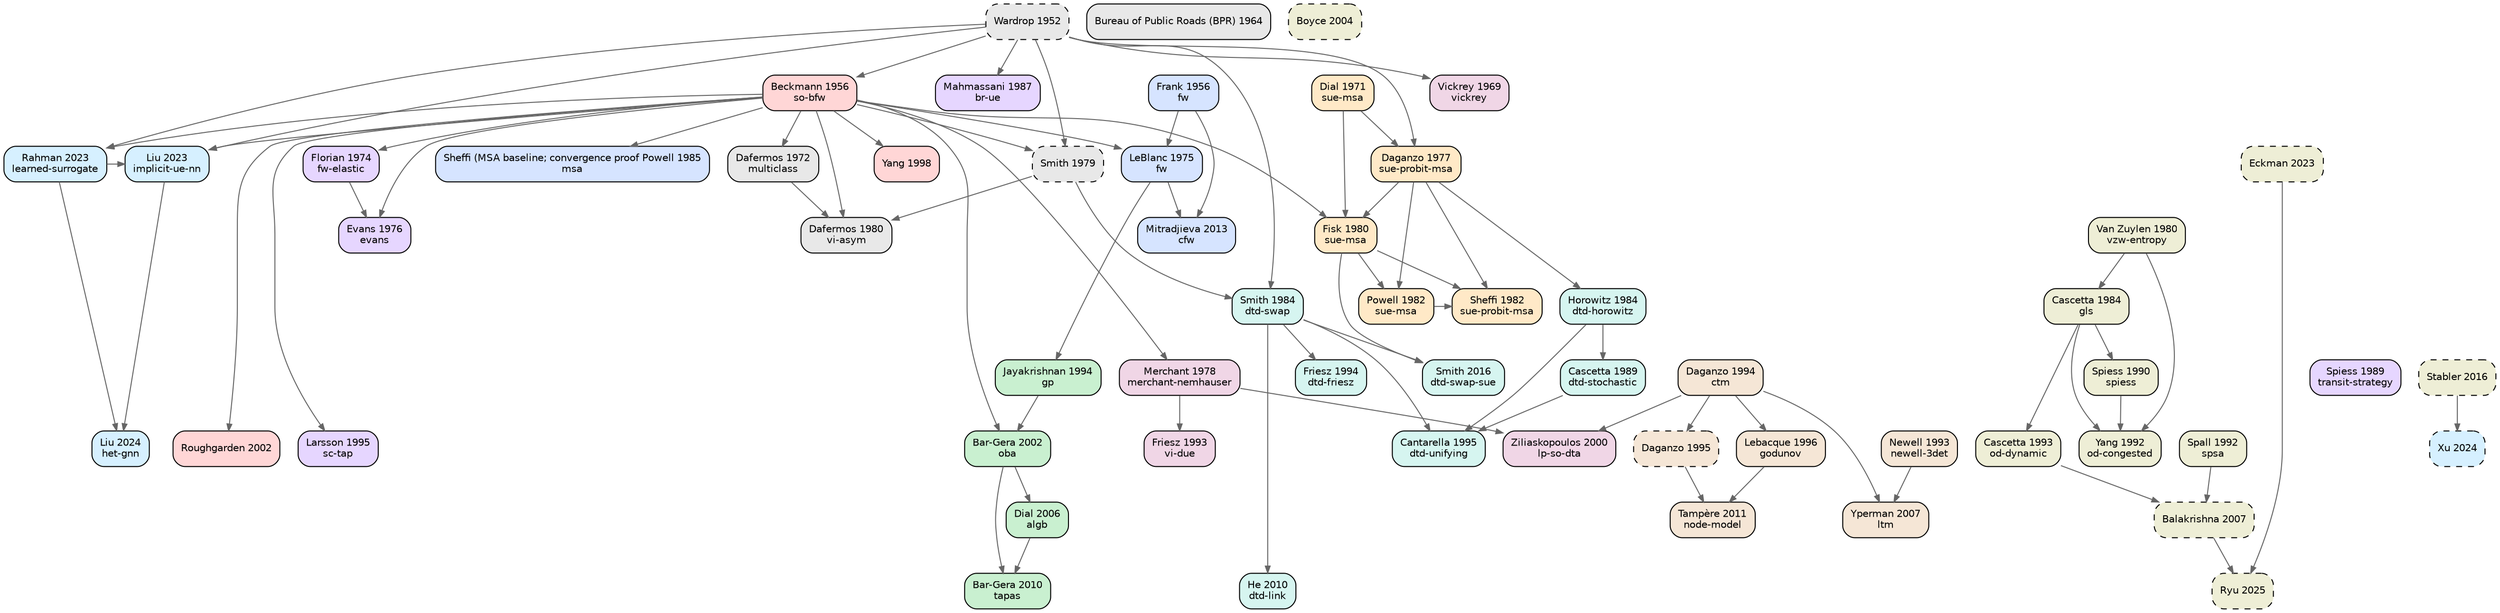
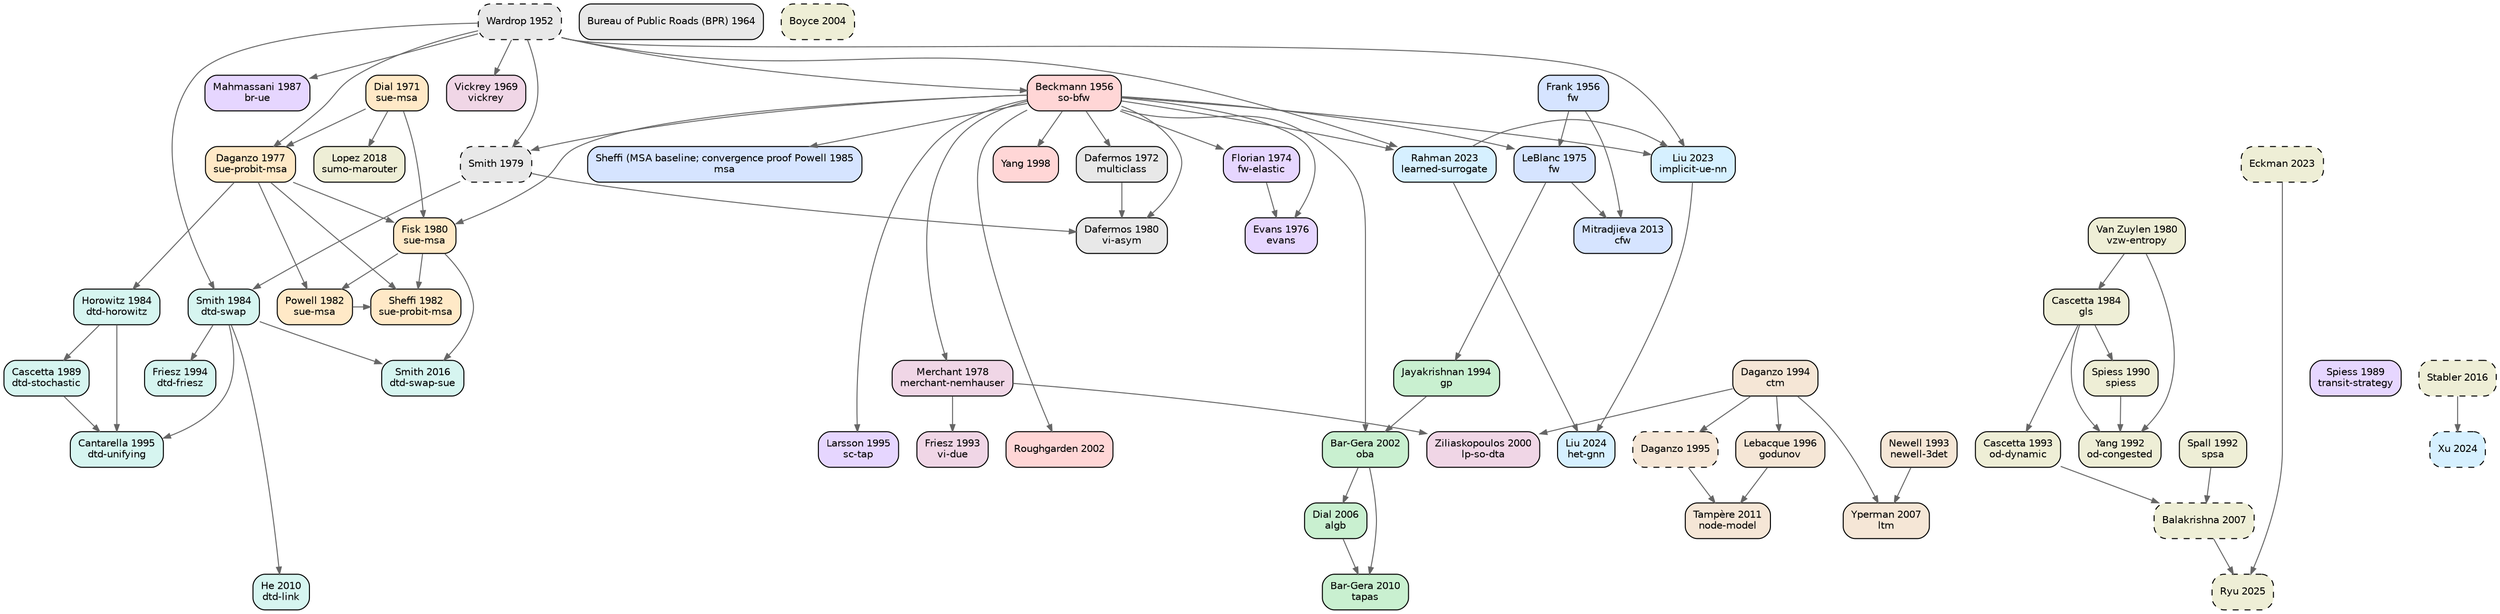
digraph TA_evolution {
  rankdir=TB; node [shape=box,style="rounded,filled",fontname="Helvetica",fontsize=10];
  edge [color="#666666",arrowsize=0.7];
  { rank=same; "wardrop1952some" }
  { rank=same; "frank1956algorithm" "beckmann1956studies" }
  { rank=same; "bpr1964traffic" }
  { rank=same; "vickrey1969congestion" }
  { rank=same; "dial1971probabilistic" }
  { rank=same; "dafermos1972traffic" }
  { rank=same; "florian1974method" }
  { rank=same; "leblanc1975efficient" }
  { rank=same; "evans1976derivation" }
  { rank=same; "daganzo1977stochastic" }
  { rank=same; "merchant1978model" }
  { rank=same; "smith1979existence" }
  { rank=same; "dafermos1980traffic" "fisk1980some" "vanzuylen1980most" }
  { rank=same; "powell1982convergence" "sheffi1982algorithm" }
  { rank=same; "horowitz1984stability" "smith1984stability" "cascetta1984estimation" }
  { rank=same; "sheffi1985urban" }
  { rank=same; "mahmassani1987on" }
  { rank=same; "spiess1989optimal" "cascetta1989stochastic" }
  { rank=same; "spiess1990gradient" }
  { rank=same; "spall1992multivariate" "yang1992estimation" }
  { rank=same; "newell1993simplified" "friesz1993variational" "cascetta1993dynamic" }
  { rank=same; "jayakrishnan1994faster" "friesz1994daytoday" "daganzo1994cell" }
  { rank=same; "larsson1995augmented" "cantarella1995dynamic" "daganzo1995cell" }
  { rank=same; "lebacque1996godunov" }
  { rank=same; "yang1998principle" }
  { rank=same; "ziliaskopoulos2000linear" }
  { rank=same; "bargera2002origin" "roughgarden2002how" }
  { rank=same; "boyce2004convergence" }
  { rank=same; "dial2006path" }
  { rank=same; "yperman2007link" "balakrishna2007offline" }
  { rank=same; "bargera2010traffic" "he2010linkbased" }
  { rank=same; "tampere2011generic" }
  { rank=same; "mitradjieva2013stiff" }
  { rank=same; "smith2016routeswapping" "stabler2016transportation" }
+   { rank=same; "lopez2018microscopic" }
  { rank=same; "liu2023end" "rahman2023data" "eckman2023simopt" }
  { rank=same; "liu2024end" "xu2024unified" }
  { rank=same; "ryu2025bo4mob" }
  "wardrop1952some" [label="Wardrop 1952\n",fillcolor="#e8e8e8",style="rounded,filled,dashed"];
  "bpr1964traffic" [label="Bureau of Public Roads (BPR) 1964\n",fillcolor="#e8e8e8",style="rounded,filled"];
  "dafermos1972traffic" [label="Dafermos 1972\nmulticlass",fillcolor="#e8e8e8",style="rounded,filled"];
  "smith1979existence" [label="Smith 1979\n",fillcolor="#e8e8e8",style="rounded,filled,dashed"];
  "dafermos1980traffic" [label="Dafermos 1980\nvi-asym",fillcolor="#e8e8e8",style="rounded,filled"];
  "frank1956algorithm" [label="Frank 1956\nfw",fillcolor="#d6e4ff",style="rounded,filled"];
  "leblanc1975efficient" [label="LeBlanc 1975\nfw",fillcolor="#d6e4ff",style="rounded,filled"];
  "sheffi1985urban" [label="Sheffi (MSA baseline; convergence proof Powell 1985\nmsa",fillcolor="#d6e4ff",style="rounded,filled"];
  "mitradjieva2013stiff" [label="Mitradjieva 2013\ncfw",fillcolor="#d6e4ff",style="rounded,filled"];
  "jayakrishnan1994faster" [label="Jayakrishnan 1994\ngp",fillcolor="#c9f0d0",style="rounded,filled"];
  "bargera2002origin" [label="Bar-Gera 2002\noba",fillcolor="#c9f0d0",style="rounded,filled"];
  "dial2006path" [label="Dial 2006\nalgb",fillcolor="#c9f0d0",style="rounded,filled"];
  "bargera2010traffic" [label="Bar-Gera 2010\ntapas",fillcolor="#c9f0d0",style="rounded,filled"];
  "dial1971probabilistic" [label="Dial 1971\nsue-msa",fillcolor="#ffe9c7",style="rounded,filled"];
  "daganzo1977stochastic" [label="Daganzo 1977\nsue-probit-msa",fillcolor="#ffe9c7",style="rounded,filled"];
  "fisk1980some" [label="Fisk 1980\nsue-msa",fillcolor="#ffe9c7",style="rounded,filled"];
  "powell1982convergence" [label="Powell 1982\nsue-msa",fillcolor="#ffe9c7",style="rounded,filled"];
  "sheffi1982algorithm" [label="Sheffi 1982\nsue-probit-msa",fillcolor="#ffe9c7",style="rounded,filled"];
  "beckmann1956studies" [label="Beckmann 1956\nso-bfw",fillcolor="#ffd6d6",style="rounded,filled"];
  "yang1998principle" [label="Yang 1998\n",fillcolor="#ffd6d6",style="rounded,filled"];
  "roughgarden2002how" [label="Roughgarden 2002\n",fillcolor="#ffd6d6",style="rounded,filled"];
  "florian1974method" [label="Florian 1974\nfw-elastic",fillcolor="#e6d6ff",style="rounded,filled"];
  "evans1976derivation" [label="Evans 1976\nevans",fillcolor="#e6d6ff",style="rounded,filled"];
  "mahmassani1987on" [label="Mahmassani 1987\nbr-ue",fillcolor="#e6d6ff",style="rounded,filled"];
  "spiess1989optimal" [label="Spiess 1989\ntransit-strategy",fillcolor="#e6d6ff",style="rounded,filled"];
  "larsson1995augmented" [label="Larsson 1995\nsc-tap",fillcolor="#e6d6ff",style="rounded,filled"];
  "horowitz1984stability" [label="Horowitz 1984\ndtd-horowitz",fillcolor="#d6f5f0",style="rounded,filled"];
  "smith1984stability" [label="Smith 1984\ndtd-swap",fillcolor="#d6f5f0",style="rounded,filled"];
  "cascetta1989stochastic" [label="Cascetta 1989\ndtd-stochastic",fillcolor="#d6f5f0",style="rounded,filled"];
  "friesz1994daytoday" [label="Friesz 1994\ndtd-friesz",fillcolor="#d6f5f0",style="rounded,filled"];
  "cantarella1995dynamic" [label="Cantarella 1995\ndtd-unifying",fillcolor="#d6f5f0",style="rounded,filled"];
  "he2010linkbased" [label="He 2010\ndtd-link",fillcolor="#d6f5f0",style="rounded,filled"];
  "smith2016routeswapping" [label="Smith 2016\ndtd-swap-sue",fillcolor="#d6f5f0",style="rounded,filled"];
  "newell1993simplified" [label="Newell 1993\nnewell-3det",fillcolor="#f5e6d6",style="rounded,filled"];
  "daganzo1994cell" [label="Daganzo 1994\nctm",fillcolor="#f5e6d6",style="rounded,filled"];
  "daganzo1995cell" [label="Daganzo 1995\n",fillcolor="#f5e6d6",style="rounded,filled,dashed"];
  "lebacque1996godunov" [label="Lebacque 1996\ngodunov",fillcolor="#f5e6d6",style="rounded,filled"];
  "yperman2007link" [label="Yperman 2007\nltm",fillcolor="#f5e6d6",style="rounded,filled"];
  "tampere2011generic" [label="Tampère 2011\nnode-model",fillcolor="#f5e6d6",style="rounded,filled"];
  "vickrey1969congestion" [label="Vickrey 1969\nvickrey",fillcolor="#f0d6e6",style="rounded,filled"];
  "merchant1978model" [label="Merchant 1978\nmerchant-nemhauser",fillcolor="#f0d6e6",style="rounded,filled"];
  "friesz1993variational" [label="Friesz 1993\nvi-due",fillcolor="#f0d6e6",style="rounded,filled"];
  "ziliaskopoulos2000linear" [label="Ziliaskopoulos 2000\nlp-so-dta",fillcolor="#f0d6e6",style="rounded,filled"];
  "liu2023end" [label="Liu 2023\nimplicit-ue-nn",fillcolor="#d6f0ff",style="rounded,filled"];
  "rahman2023data" [label="Rahman 2023\nlearned-surrogate",fillcolor="#d6f0ff",style="rounded,filled"];
  "liu2024end" [label="Liu 2024\nhet-gnn",fillcolor="#d6f0ff",style="rounded,filled"];
  "xu2024unified" [label="Xu 2024\n",fillcolor="#d6f0ff",style="rounded,filled,dashed"];
  "vanzuylen1980most" [label="Van Zuylen 1980\nvzw-entropy",fillcolor="#eeeed6",style="rounded,filled"];
  "cascetta1984estimation" [label="Cascetta 1984\ngls",fillcolor="#eeeed6",style="rounded,filled"];
  "spiess1990gradient" [label="Spiess 1990\nspiess",fillcolor="#eeeed6",style="rounded,filled"];
  "spall1992multivariate" [label="Spall 1992\nspsa",fillcolor="#eeeed6",style="rounded,filled"];
  "yang1992estimation" [label="Yang 1992\nod-congested",fillcolor="#eeeed6",style="rounded,filled"];
  "cascetta1993dynamic" [label="Cascetta 1993\nod-dynamic",fillcolor="#eeeed6",style="rounded,filled"];
  "boyce2004convergence" [label="Boyce 2004\n",fillcolor="#eeeed6",style="rounded,filled,dashed"];
  "balakrishna2007offline" [label="Balakrishna 2007\n",fillcolor="#eeeed6",style="rounded,filled,dashed"];
  "stabler2016transportation" [label="Stabler 2016\n",fillcolor="#eeeed6",style="rounded,filled,dashed"];
  "eckman2023simopt" [label="Eckman 2023\n",fillcolor="#eeeed6",style="rounded,filled,dashed"];
  "ryu2025bo4mob" [label="Ryu 2025\n",fillcolor="#eeeed6",style="rounded,filled,dashed"];
+   "lopez2018microscopic" [label="Lopez 2018\nsumo-marouter",fillcolor="#eeeed6",style="rounded,filled"];
  "beckmann1956studies" -> "dafermos1972traffic";
  "wardrop1952some" -> "smith1979existence";
  "beckmann1956studies" -> "smith1979existence";
  "smith1979existence" -> "dafermos1980traffic";
  "beckmann1956studies" -> "dafermos1980traffic";
  "dafermos1972traffic" -> "dafermos1980traffic";
  "frank1956algorithm" -> "leblanc1975efficient";
  "beckmann1956studies" -> "leblanc1975efficient";
  "beckmann1956studies" -> "sheffi1985urban";
  "leblanc1975efficient" -> "mitradjieva2013stiff";
  "frank1956algorithm" -> "mitradjieva2013stiff";
  "leblanc1975efficient" -> "jayakrishnan1994faster";
  "jayakrishnan1994faster" -> "bargera2002origin";
  "beckmann1956studies" -> "bargera2002origin";
  "bargera2002origin" -> "dial2006path";
  "dial2006path" -> "bargera2010traffic";
  "bargera2002origin" -> "bargera2010traffic";
  "dial1971probabilistic" -> "daganzo1977stochastic";
  "wardrop1952some" -> "daganzo1977stochastic";
  "daganzo1977stochastic" -> "fisk1980some";
  "dial1971probabilistic" -> "fisk1980some";
  "beckmann1956studies" -> "fisk1980some";
  "fisk1980some" -> "powell1982convergence";
  "daganzo1977stochastic" -> "powell1982convergence";
  "daganzo1977stochastic" -> "sheffi1982algorithm";
  "powell1982convergence" -> "sheffi1982algorithm";
  "fisk1980some" -> "sheffi1982algorithm";
  "wardrop1952some" -> "beckmann1956studies";
  "beckmann1956studies" -> "yang1998principle";
  "beckmann1956studies" -> "roughgarden2002how";
  "beckmann1956studies" -> "florian1974method";
  "beckmann1956studies" -> "evans1976derivation";
  "florian1974method" -> "evans1976derivation";
  "wardrop1952some" -> "mahmassani1987on";
  "beckmann1956studies" -> "larsson1995augmented";
  "daganzo1977stochastic" -> "horowitz1984stability";
  "smith1979existence" -> "smith1984stability";
  "wardrop1952some" -> "smith1984stability";
  "horowitz1984stability" -> "cascetta1989stochastic";
  "smith1984stability" -> "friesz1994daytoday";
  "cascetta1989stochastic" -> "cantarella1995dynamic";
  "smith1984stability" -> "cantarella1995dynamic";
  "horowitz1984stability" -> "cantarella1995dynamic";
  "smith1984stability" -> "he2010linkbased";
  "smith1984stability" -> "smith2016routeswapping";
  "fisk1980some" -> "smith2016routeswapping";
  "daganzo1994cell" -> "daganzo1995cell";
  "daganzo1994cell" -> "lebacque1996godunov";
  "newell1993simplified" -> "yperman2007link";
  "daganzo1994cell" -> "yperman2007link";
  "daganzo1995cell" -> "tampere2011generic";
  "lebacque1996godunov" -> "tampere2011generic";
  "wardrop1952some" -> "vickrey1969congestion";
  "beckmann1956studies" -> "merchant1978model";
  "merchant1978model" -> "friesz1993variational";
  "merchant1978model" -> "ziliaskopoulos2000linear";
  "daganzo1994cell" -> "ziliaskopoulos2000linear";
  "rahman2023data" -> "liu2023end";
  "beckmann1956studies" -> "liu2023end";
  "wardrop1952some" -> "liu2023end";
  "wardrop1952some" -> "rahman2023data";
  "beckmann1956studies" -> "rahman2023data";
  "rahman2023data" -> "liu2024end";
  "liu2023end" -> "liu2024end";
  "stabler2016transportation" -> "xu2024unified";
  "vanzuylen1980most" -> "cascetta1984estimation";
  "cascetta1984estimation" -> "spiess1990gradient";
  "cascetta1984estimation" -> "yang1992estimation";
  "spiess1990gradient" -> "yang1992estimation";
  "vanzuylen1980most" -> "yang1992estimation";
  "cascetta1984estimation" -> "cascetta1993dynamic";
  "spall1992multivariate" -> "balakrishna2007offline";
  "cascetta1993dynamic" -> "balakrishna2007offline";
  "eckman2023simopt" -> "ryu2025bo4mob";
  "balakrishna2007offline" -> "ryu2025bo4mob";
+   "dial1971probabilistic" -> "lopez2018microscopic";
}
